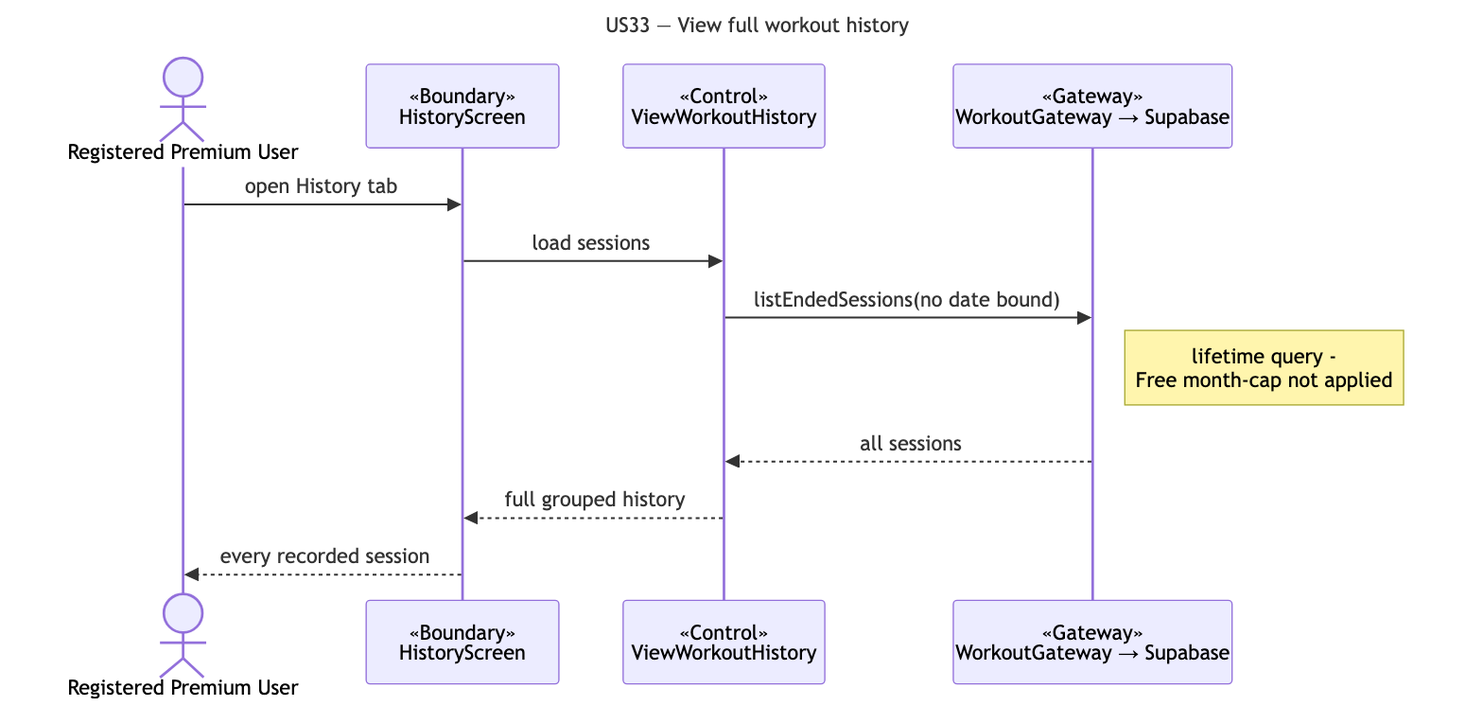
Earlier version of the Mermaid export docs/deliverables/sequence-diagrams/US33-full-history.png (cyuanjun/FYP-26-S2-37-app). Its source is kept beside it as docs/deliverables/sequence-diagrams/src/US33-full-history.mmd. The source it was exported from:
```mermaid
---
title: "US33 — View full workout history"
---
sequenceDiagram
  actor A as Registered Premium User
  participant B as «Boundary»<br/>HistoryScreen
  participant C as «Control»<br/>ViewWorkoutHistory
  participant G as «Gateway»<br/>WorkoutGateway → Supabase
  A->>B: open History tab
  B->>C: load sessions
  C->>G: listEndedSessions(no date bound)
  note right of G: lifetime query -<br/>Free month-cap not applied
  G-->>C: all sessions
  C-->>B: full grouped history
  B-->>A: every recorded session
```
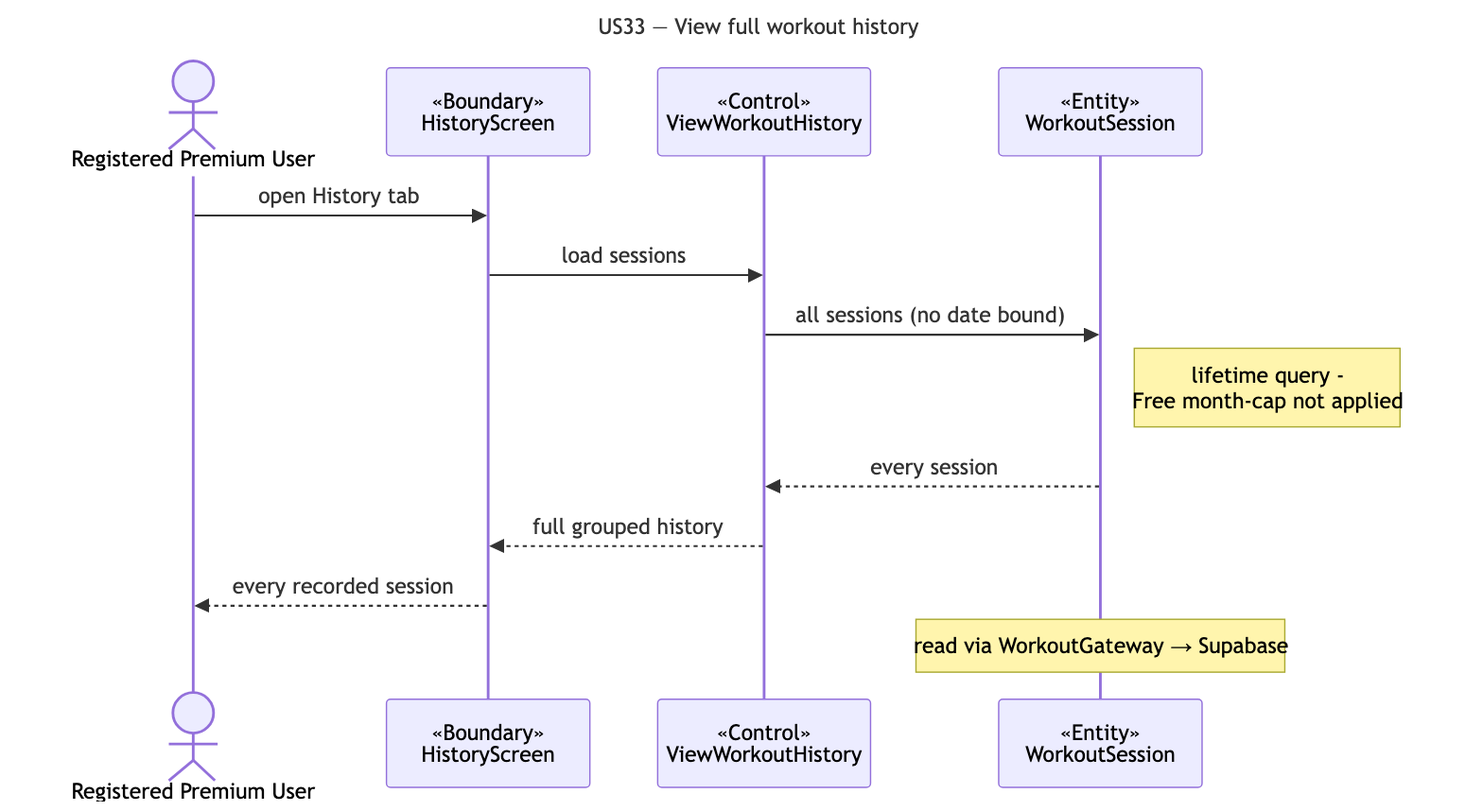
Later version of the same file.

Diff of the diagram source:
```diff
@@ -5,11 +5,12 @@
   actor A as Registered Premium User
   participant B as «Boundary»<br/>HistoryScreen
   participant C as «Control»<br/>ViewWorkoutHistory
-  participant G as «Gateway»<br/>WorkoutGateway → Supabase
+  participant E as «Entity»<br/>WorkoutSession
   A->>B: open History tab
   B->>C: load sessions
-  C->>G: listEndedSessions(no date bound)
-  note right of G: lifetime query -<br/>Free month-cap not applied
-  G-->>C: all sessions
+  C->>E: all sessions (no date bound)
+  note right of E: lifetime query -<br/>Free month-cap not applied
+  E-->>C: every session
   C-->>B: full grouped history
   B-->>A: every recorded session
+  note over E: read via WorkoutGateway → Supabase
```
